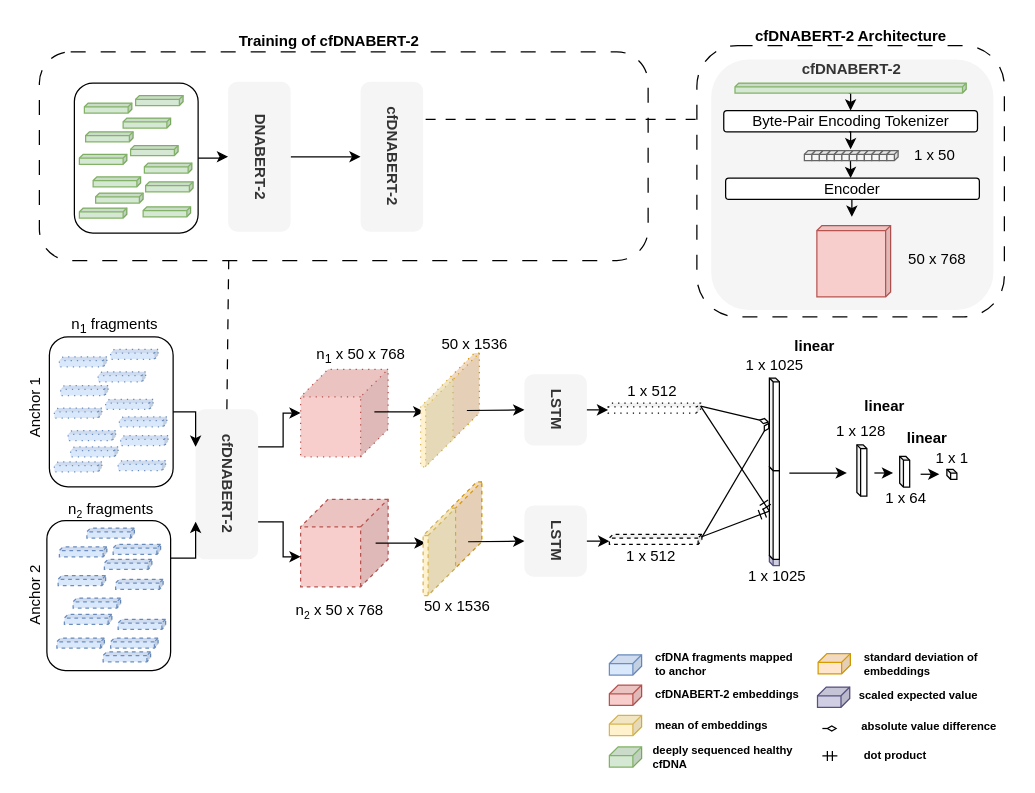
Earlier version of the draw.io diagram Finale3DLSTM.drawio (bananasrlowkeygood/bananasrlowkeygood.github.io). Source tidied: cells renumbered, new cells numbered last; positions are measured from the earlier drawing's top-left corner, leaving out a move shared by most shapes. Both pictures are drawn from the tidied source at 125%, with x=0, y=0 at pixel (21, 21).
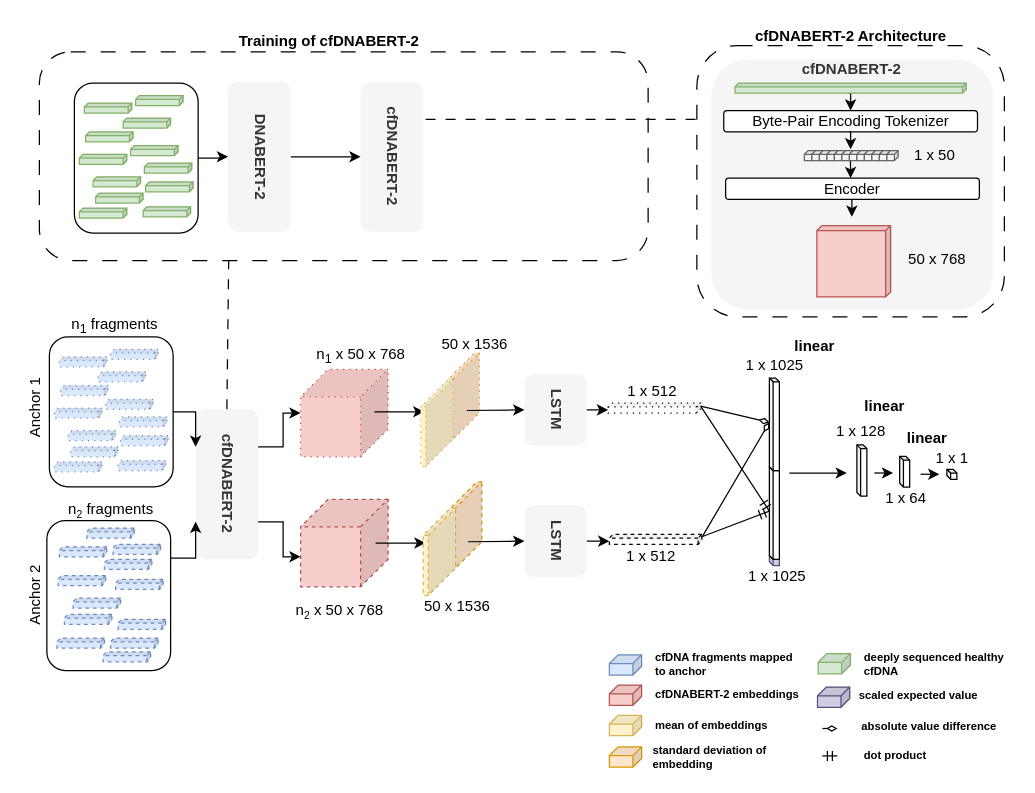
The same diagram, later.

What changed in the source:
```diff
@@
-    <mxCell id="14" value="deeply sequenced healthy cfDNA" style="text;html=1;strokeColor=none;fillColor=none;align=left;verticalAlign=middle;whiteSpace=wrap;rounded=0;fontStyle=1;fontSize=9;" parent="1" vertex="1">
+    <mxCell id="14" value="standard deviation of embedding" style="text;html=1;strokeColor=none;fillColor=none;align=left;verticalAlign=middle;whiteSpace=wrap;rounded=0;fontStyle=1;fontSize=9;" parent="1" vertex="1">
       <mxGeometry x="503" y="576" width="138" height="23.9" as="geometry" />
     </mxCell>
@@
-    <mxCell id="90" style="shape=cube;whiteSpace=wrap;html=1;boundedLbl=1;backgroundOutline=1;darkOpacity=0.05;darkOpacity2=0.1;size=7;direction=east;flipH=1;fillColor=#ffe6cc;strokeColor=#d79b00;" parent="1" vertex="1">
+    <mxCell id="90" style="shape=cube;whiteSpace=wrap;html=1;boundedLbl=1;backgroundOutline=1;darkOpacity=0.05;darkOpacity2=0.1;size=7;direction=east;flipH=1;fillColor=#d5e8d4;strokeColor=#82b366;" parent="1" vertex="1">
       <mxGeometry x="637" y="505.4" width="25.8" height="16.2" as="geometry" />
     </mxCell>
-    <mxCell id="91" value="standard deviation of embeddings" style="text;html=1;strokeColor=none;fillColor=none;align=left;verticalAlign=middle;whiteSpace=wrap;rounded=0;fontStyle=1;fontSize=9;" parent="1" vertex="1">
+    <mxCell id="91" value="deeply sequenced healthy cfDNA" style="text;html=1;strokeColor=none;fillColor=none;align=left;verticalAlign=middle;whiteSpace=wrap;rounded=0;fontStyle=1;fontSize=9;" parent="1" vertex="1">
       <mxGeometry x="672.2" y="504.7" width="118.8" height="19.3" as="geometry" />
     </mxCell>
@@
-    <mxCell id="130" style="shape=cube;whiteSpace=wrap;html=1;boundedLbl=1;backgroundOutline=1;darkOpacity=0.05;darkOpacity2=0.1;size=7;direction=east;flipH=1;fillColor=#d5e8d4;strokeColor=#82b366;" parent="1" vertex="1">
+    <mxCell id="130" style="shape=cube;whiteSpace=wrap;html=1;boundedLbl=1;backgroundOutline=1;darkOpacity=0.05;darkOpacity2=0.1;size=7;direction=east;flipH=1;fillColor=#ffe6cc;strokeColor=#d79b00;" parent="1" vertex="1">
       <mxGeometry x="470" y="580" width="25.8" height="16.2" as="geometry" />
     </mxCell>
```
